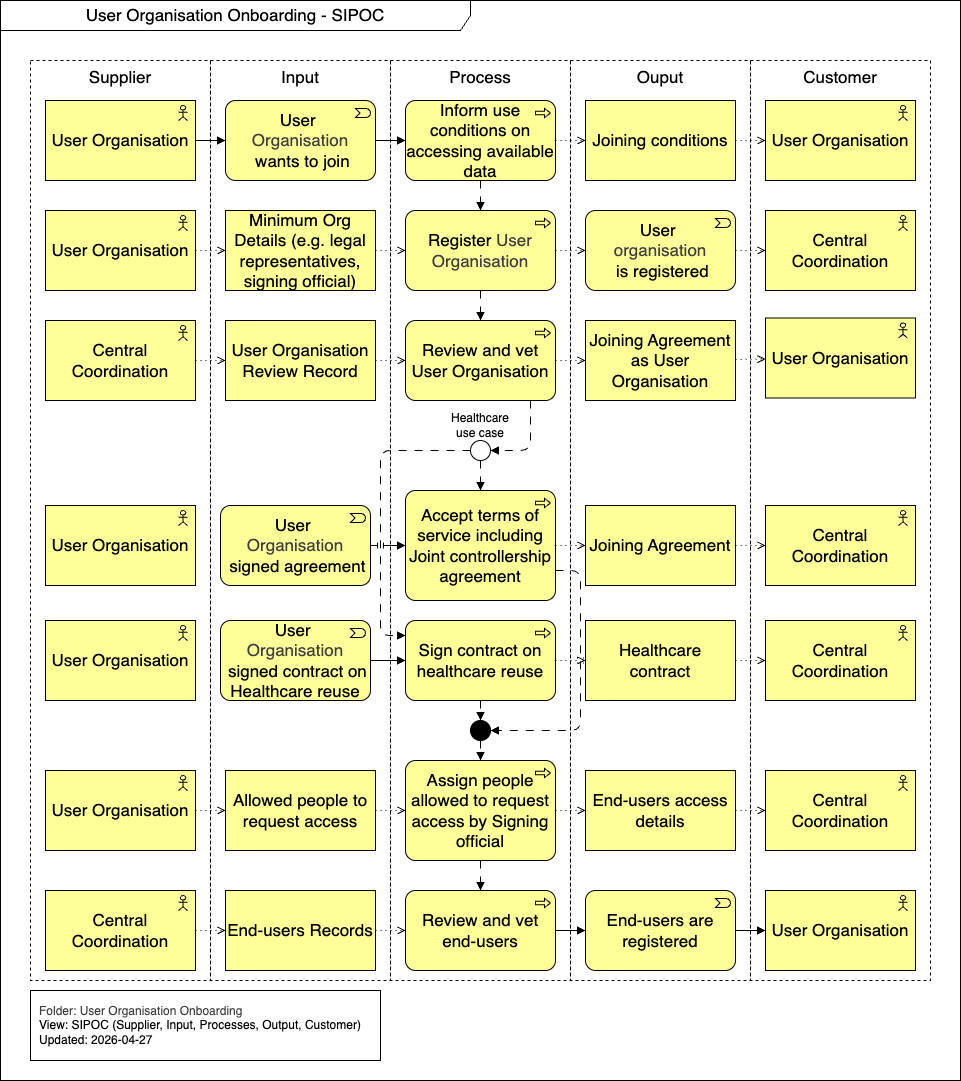
Above: docs/user-organisation-onboarding/assets/user_organisation_onboarding_sipoc.drawio.png in GenomicDataInfrastructure/oneplusmg-reference-architecture (draw.io), before the change. Source tidied: cells renumbered, new cells last; positions are measured from the earlier drawing's top-left corner, leaving out a move shared by most shapes.
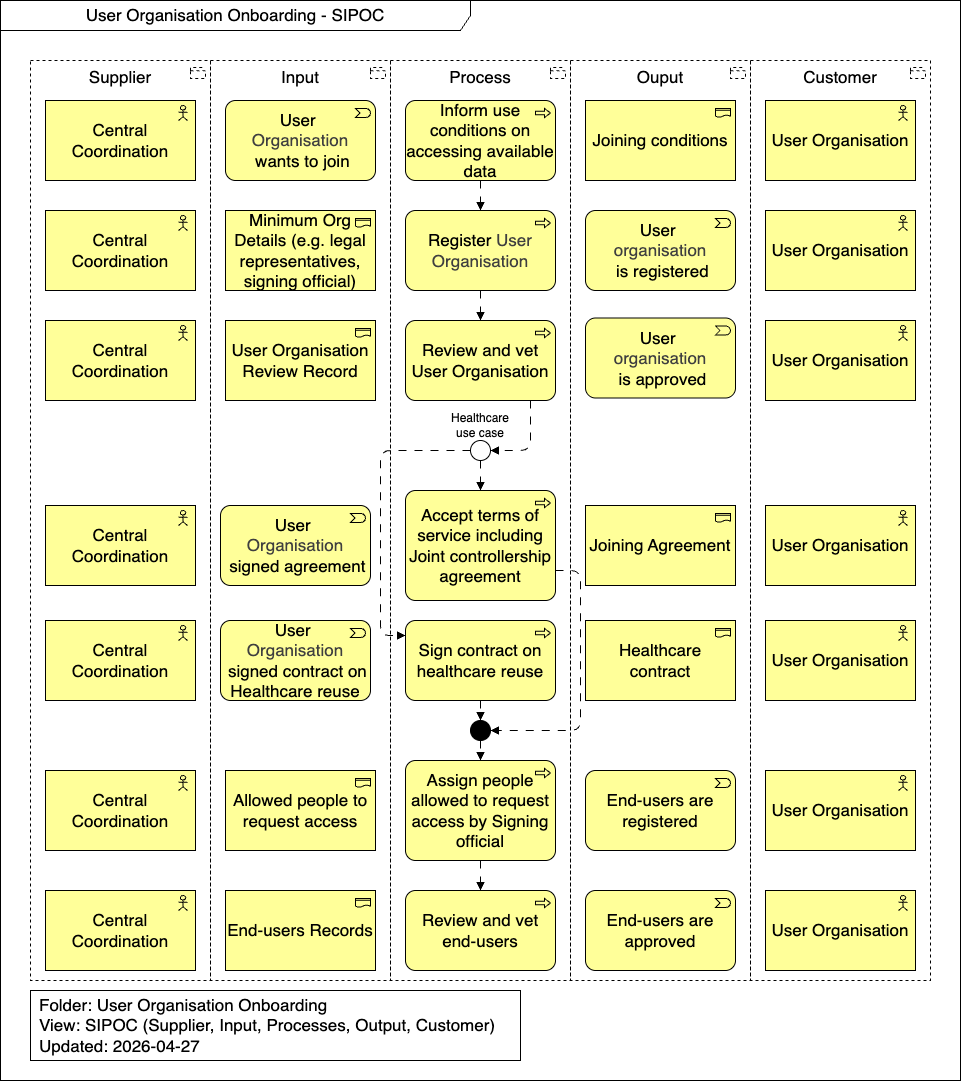
Later version of the same file.

Change to the diagram source:
```diff
@@ -51,5 +51,2 @@
     </mxCell>
-    <mxCell id="15" style="html=1;endArrow=block;dashed=0;elbow=vertical;endFill=1;jumpStyle=line;" parent="2" edge="1" source="28" target="11">
-      <mxGeometry relative="1" as="geometry" />
-    </mxCell>
     <mxCell id="16" style="ellipse;html=1;verticalLabelPosition=bottom;labelBackgroundColor=#ffffff;verticalAlign=top;fillColor=#ffffff;" parent="2" vertex="1">
@@ -107,8 +104,5 @@
     </mxCell>
-    <mxCell id="29" value="&lt;span style=&quot;color: rgb(0, 0, 0);&quot;&gt;User Organisation&lt;/span&gt;" style="html=1;outlineConnect=0;whiteSpace=wrap;fillColor=#ffff99;shape=mxgraph.archimate3.application;appType=actor;archiType=square;fontSize=17;" parent="2" vertex="1">
+    <mxCell id="29" value="&lt;span style=&quot;color: rgb(0, 0, 0);&quot;&gt;Central Coordination&lt;/span&gt;" style="html=1;outlineConnect=0;whiteSpace=wrap;fillColor=#ffff99;shape=mxgraph.archimate3.application;appType=actor;archiType=square;fontSize=17;" parent="2" vertex="1">
       <mxGeometry x="45" y="100" width="150" height="80" as="geometry" />
     </mxCell>
-    <mxCell id="30" style="html=1;endArrow=block;dashed=0;elbow=vertical;endFill=1;jumpStyle=line;" parent="2" edge="1" source="29" target="28">
-      <mxGeometry relative="1" as="geometry" />
-    </mxCell>
     <mxCell id="31" value="User Organisation" style="html=1;outlineConnect=0;whiteSpace=wrap;fillColor=#ffff99;shape=mxgraph.archimate3.application;appType=actor;archiType=square;fontSize=17;" parent="2" vertex="1">
@@ -122,3 +116,3 @@
     </mxCell>
-    <mxCell id="34" value="Central Coordination" style="html=1;outlineConnect=0;whiteSpace=wrap;fillColor=#ffff99;shape=mxgraph.archimate3.application;appType=actor;archiType=square;fontSize=17;" parent="2" vertex="1">
+    <mxCell id="34" value="User Organisation" style="html=1;outlineConnect=0;whiteSpace=wrap;fillColor=#ffff99;shape=mxgraph.archimate3.application;appType=actor;archiType=square;fontSize=17;" parent="2" vertex="1">
       <mxGeometry x="765" y="210" width="150" height="80" as="geometry" />
@@ -131,3 +125,3 @@
     </mxCell>
-    <mxCell id="37" value="User Organisation" style="html=1;outlineConnect=0;whiteSpace=wrap;fillColor=#ffff99;shape=mxgraph.archimate3.application;appType=actor;archiType=square;fontSize=17;" parent="2" vertex="1">
+    <mxCell id="37" value="Central Coordination" style="html=1;outlineConnect=0;whiteSpace=wrap;fillColor=#ffff99;shape=mxgraph.archimate3.application;appType=actor;archiType=square;fontSize=17;" parent="2" vertex="1">
       <mxGeometry x="45" y="210" width="150" height="80" as="geometry" />
@@ -138,8 +132,5 @@
     <mxCell id="39" value="User Organisation" style="html=1;outlineConnect=0;whiteSpace=wrap;fillColor=#ffff99;shape=mxgraph.archimate3.application;appType=actor;archiType=square;fontSize=17;" parent="2" vertex="1">
-      <mxGeometry x="765" y="317.5" width="150" height="80" as="geometry" />
+      <mxGeometry x="765" y="320" width="150" height="80" as="geometry" />
     </mxCell>
-    <mxCell id="40" value="Joining Agreement as User Organisation" style="html=1;outlineConnect=0;whiteSpace=wrap;fillColor=#ffff99;shape=mxgraph.archimate3.application;appType=representation;archiType=square;fontSize=17;" parent="2" vertex="1">
-      <mxGeometry x="585" y="320" width="150" height="80" as="geometry" />
-    </mxCell>
-    <mxCell id="41" value="User Organisation" style="html=1;whiteSpace=wrap;fillColor=#ffff99;shape=mxgraph.archimate3.application;appType=actor;archiType=square;fontSize=17;" parent="2" vertex="1">
+    <mxCell id="41" value="Central Coordination" style="html=1;whiteSpace=wrap;fillColor=#ffff99;shape=mxgraph.archimate3.application;appType=actor;archiType=square;fontSize=17;" parent="2" vertex="1">
       <mxGeometry x="45" y="505" width="150" height="80" as="geometry" />
@@ -149,3 +140,3 @@
     </mxCell>
-    <mxCell id="43" value="User Organisation" style="html=1;whiteSpace=wrap;fillColor=#ffff99;shape=mxgraph.archimate3.application;appType=actor;archiType=square;fontSize=17;" parent="2" vertex="1">
+    <mxCell id="43" value="&lt;span style=&quot;color: rgb(0, 0, 0);&quot;&gt;Central Coordination&lt;/span&gt;" style="html=1;whiteSpace=wrap;fillColor=#ffff99;shape=mxgraph.archimate3.application;appType=actor;archiType=square;fontSize=17;" parent="2" vertex="1">
       <mxGeometry x="45" y="620" width="150" height="80" as="geometry" />
@@ -158,3 +149,3 @@
     </mxCell>
-    <mxCell id="46" value="Central Coordination" style="html=1;outlineConnect=0;whiteSpace=wrap;fillColor=#ffff99;shape=mxgraph.archimate3.application;appType=actor;archiType=square;fontSize=17;" parent="2" vertex="1">
+    <mxCell id="46" value="&lt;span style=&quot;color: rgb(0, 0, 0);&quot;&gt;User Organisation&lt;/span&gt;" style="html=1;outlineConnect=0;whiteSpace=wrap;fillColor=#ffff99;shape=mxgraph.archimate3.application;appType=actor;archiType=square;fontSize=17;" parent="2" vertex="1">
       <mxGeometry x="765" y="505" width="150" height="80" as="geometry" />
@@ -164,6 +155,6 @@
     </mxCell>
-    <mxCell id="48" value="Central Coordination" style="html=1;outlineConnect=0;whiteSpace=wrap;fillColor=#ffff99;shape=mxgraph.archimate3.application;appType=actor;archiType=square;fontSize=17;" parent="2" vertex="1">
+    <mxCell id="48" value="&lt;span style=&quot;color: rgb(0, 0, 0);&quot;&gt;User Organisation&lt;/span&gt;" style="html=1;outlineConnect=0;whiteSpace=wrap;fillColor=#ffff99;shape=mxgraph.archimate3.application;appType=actor;archiType=square;fontSize=17;" parent="2" vertex="1">
       <mxGeometry x="765" y="620" width="150" height="80" as="geometry" />
     </mxCell>
-    <mxCell id="49" value="User Organisation" style="html=1;outlineConnect=0;whiteSpace=wrap;fillColor=#ffff99;shape=mxgraph.archimate3.application;appType=actor;archiType=square;fontSize=17;" parent="2" vertex="1">
+    <mxCell id="49" value="&lt;span style=&quot;color: rgb(0, 0, 0);&quot;&gt;Central Coordination&lt;/span&gt;" style="html=1;outlineConnect=0;whiteSpace=wrap;fillColor=#ffff99;shape=mxgraph.archimate3.application;appType=actor;archiType=square;fontSize=17;" parent="2" vertex="1">
       <mxGeometry x="45" y="770" width="150" height="80" as="geometry" />
@@ -173,59 +164,5 @@
     </mxCell>
-    <mxCell id="51" value="&lt;span style=&quot;color: rgb(0, 0, 0);&quot;&gt;Central Coordination&lt;/span&gt;" style="html=1;outlineConnect=0;whiteSpace=wrap;fillColor=#ffff99;shape=mxgraph.archimate3.application;appType=actor;archiType=square;fontSize=17;" parent="2" vertex="1">
+    <mxCell id="51" value="&lt;span style=&quot;color: rgb(0, 0, 0);&quot;&gt;User Organisation&lt;/span&gt;" style="html=1;outlineConnect=0;whiteSpace=wrap;fillColor=#ffff99;shape=mxgraph.archimate3.application;appType=actor;archiType=square;fontSize=17;" parent="2" vertex="1">
       <mxGeometry x="765" y="770" width="150" height="80" as="geometry" />
     </mxCell>
-    <mxCell id="52" style="edgeStyle=elbowEdgeStyle;html=1;endArrow=open;elbow=vertical;endFill=0;dashed=1;dashPattern=1 4;jumpStyle=line;" parent="2" edge="1" source="11" target="32">
-      <mxGeometry relative="1" as="geometry" />
-    </mxCell>
-    <mxCell id="53" style="html=1;endArrow=open;elbow=vertical;endFill=0;dashed=1;dashPattern=1 4;jumpStyle=line;" parent="2" edge="1" source="32" target="31">
-      <mxGeometry relative="1" as="geometry" />
-    </mxCell>
-    <mxCell id="54" style="html=1;endArrow=open;elbow=vertical;endFill=0;dashed=1;dashPattern=1 4;jumpStyle=line;" parent="2" edge="1" source="35" target="34">
-      <mxGeometry relative="1" as="geometry" />
-    </mxCell>
-    <mxCell id="55" style="html=1;endArrow=open;elbow=vertical;endFill=0;dashed=1;dashPattern=1 4;jumpStyle=line;" parent="2" edge="1" source="12" target="35">
-      <mxGeometry relative="1" as="geometry" />
-    </mxCell>
-    <mxCell id="56" style="html=1;endArrow=open;elbow=vertical;endFill=0;dashed=1;dashPattern=1 4;jumpStyle=line;" parent="2" edge="1" source="33" target="12">
-      <mxGeometry relative="1" as="geometry" />
-    </mxCell>
-    <mxCell id="57" style="html=1;endArrow=open;elbow=vertical;endFill=0;dashed=1;dashPattern=1 4;jumpStyle=line;" parent="2" edge="1" source="37" target="33">
-      <mxGeometry relative="1" as="geometry" />
-    </mxCell>
-    <mxCell id="58" style="html=1;endArrow=open;elbow=vertical;endFill=0;dashed=1;dashPattern=1 4;jumpStyle=line;" parent="2" edge="1" source="36" target="38">
-      <mxGeometry relative="1" as="geometry" />
-    </mxCell>
-    <mxCell id="59" style="html=1;endArrow=open;elbow=vertical;endFill=0;dashed=1;dashPattern=1 4;jumpStyle=line;" parent="2" edge="1" source="38" target="13">
-      <mxGeometry relative="1" as="geometry" />
-    </mxCell>
-    <mxCell id="60" style="html=1;endArrow=open;elbow=vertical;endFill=0;dashed=1;dashPattern=1 4;jumpStyle=line;" parent="2" edge="1" source="13" target="40">
-      <mxGeometry relative="1" as="geometry" />
-    </mxCell>
-    <mxCell id="61" style="html=1;endArrow=open;elbow=vertical;endFill=0;dashed=1;dashPattern=1 4;jumpStyle=line;" parent="2" edge="1" source="40" target="39">
-      <mxGeometry relative="1" as="geometry" />
-    </mxCell>
-    <mxCell id="62" style="html=1;endArrow=open;elbow=vertical;endFill=0;dashed=1;dashPattern=1 4;jumpStyle=line;" parent="2" edge="1" source="19" target="45">
-      <mxGeometry relative="1" as="geometry" />
-    </mxCell>
-    <mxCell id="63" style="html=1;endArrow=open;elbow=vertical;endFill=0;dashed=1;dashPattern=1 4;jumpStyle=line;" parent="2" edge="1" source="45" target="46">
-      <mxGeometry relative="1" as="geometry" />
-    </mxCell>
-    <mxCell id="64" style="html=1;endArrow=open;elbow=vertical;endFill=0;dashed=1;dashPattern=1 4;jumpStyle=line;" parent="2" edge="1" source="47" target="48">
-      <mxGeometry relative="1" as="geometry" />
-    </mxCell>
-    <mxCell id="65" style="html=1;endArrow=open;elbow=vertical;endFill=0;dashed=1;dashPattern=1 4;jumpStyle=line;" parent="2" edge="1" source="66" target="51">
-      <mxGeometry relative="1" as="geometry" />
-    </mxCell>
-    <mxCell id="66" value="End-users access details" style="html=1;outlineConnect=0;whiteSpace=wrap;fillColor=#ffff99;shape=mxgraph.archimate3.application;appType=representation;archiType=square;fontSize=17;" parent="2" vertex="1">
-      <mxGeometry x="585" y="770" width="150" height="80" as="geometry" />
-    </mxCell>
-    <mxCell id="67" style="html=1;endArrow=open;elbow=vertical;endFill=0;dashed=1;dashPattern=1 4;jumpStyle=line;" parent="2" edge="1" source="26" target="66">
-      <mxGeometry relative="1" as="geometry" />
-    </mxCell>
-    <mxCell id="68" style="html=1;endArrow=open;elbow=vertical;endFill=0;dashed=1;dashPattern=1 4;jumpStyle=line;" parent="2" edge="1" source="50" target="26">
-      <mxGeometry relative="1" as="geometry" />
-    </mxCell>
-    <mxCell id="69" style="html=1;endArrow=open;elbow=vertical;endFill=0;dashed=1;dashPattern=1 4;jumpStyle=line;" parent="2" edge="1" source="49" target="50">
-      <mxGeometry relative="1" as="geometry" />
-    </mxCell>
     <mxCell id="70" value="Review and vet end-users" style="html=1;outlineConnect=0;whiteSpace=wrap;fillColor=#ffff99;shape=mxgraph.archimate3.application;appType=proc;archiType=rounded;fontSize=17;" parent="2" vertex="1">
@@ -239,3 +176,3 @@
     </mxCell>
-    <mxCell id="73" value="&lt;span style=&quot;font-size: 17px;&quot;&gt;End-users are registered&lt;/span&gt;" style="html=1;outlineConnect=0;whiteSpace=wrap;fillColor=#ffff99;shape=mxgraph.archimate3.application;appType=event;archiType=rounded;" parent="2" vertex="1">
+    <mxCell id="73" value="&lt;span style=&quot;font-size: 17px;&quot;&gt;End-users are approved&lt;/span&gt;" style="html=1;outlineConnect=0;whiteSpace=wrap;fillColor=#ffff99;shape=mxgraph.archimate3.application;appType=event;archiType=rounded;" parent="2" vertex="1">
       <mxGeometry x="585" y="890" width="150" height="80" as="geometry" />
@@ -248,26 +185,11 @@
     </mxCell>
-    <mxCell id="76" style="html=1;endArrow=open;elbow=vertical;endFill=0;dashed=1;dashPattern=1 4;jumpStyle=line;" parent="2" edge="1" source="74" target="75">
-      <mxGeometry relative="1" as="geometry" />
-    </mxCell>
-    <mxCell id="77" style="html=1;endArrow=open;elbow=vertical;endFill=0;dashed=1;dashPattern=1 4;jumpStyle=line;" parent="2" edge="1" source="75" target="70">
-      <mxGeometry relative="1" as="geometry" />
-    </mxCell>
-    <mxCell id="78" style="html=1;endArrow=block;dashed=0;elbow=vertical;endFill=1;jumpStyle=line;" parent="2" edge="1" source="73" target="72">
-      <mxGeometry relative="1" as="geometry" />
-    </mxCell>
-    <mxCell id="79" style="html=1;endArrow=block;dashed=0;elbow=vertical;endFill=1;jumpStyle=line;" parent="2" edge="1" source="70" target="73">
-      <mxGeometry relative="1" as="geometry" />
-    </mxCell>
-    <mxCell id="80" value="&lt;span style=&quot;color: rgb(63, 63, 63); background-color: transparent;&quot;&gt;Folder: User Organisation Onboarding&lt;/span&gt;&lt;div&gt;View: SIPOC (Supplier, Input, Processes, Output, Customer)&lt;/div&gt;&lt;div&gt;Updated: 2026-04-27&lt;/div&gt;" style="rounded=0;whiteSpace=wrap;html=1;align=left;spacing=9;" parent="2" vertex="1">
-      <mxGeometry x="30" y="990" width="350" height="70" as="geometry" />
+    <mxCell id="80" value="&lt;span style=&quot;background-color: transparent;&quot;&gt;&lt;font style=&quot;font-size: 17px; color: rgb(0, 0, 0);&quot;&gt;Folder: User Organisation Onboarding&lt;/font&gt;&lt;/span&gt;&lt;div&gt;&lt;font style=&quot;font-size: 17px; color: rgb(0, 0, 0);&quot;&gt;View: SIPOC (Supplier, Input, Processes, Output, Customer)&lt;/font&gt;&lt;/div&gt;&lt;div&gt;&lt;font style=&quot;font-size: 17px; color: rgb(0, 0, 0);&quot;&gt;Updated: 2026-04-27&lt;/font&gt;&lt;/div&gt;" style="rounded=0;whiteSpace=wrap;html=1;align=left;spacing=9;fontColor=#000000;" parent="2" vertex="1">
+      <mxGeometry x="30" y="990" width="490" height="70" as="geometry" />
     </mxCell>
-    <mxCell id="81" style="html=1;endArrow=open;elbow=vertical;endFill=0;dashed=1;dashPattern=1 4;jumpStyle=line;" parent="2" edge="1" source="20" target="47">
-      <mxGeometry relative="1" as="geometry" />
-    </mxCell>
-    <mxCell id="82" style="html=1;endArrow=block;dashed=0;elbow=vertical;endFill=1;jumpStyle=line;" parent="2" edge="1" source="44" target="20">
-      <mxGeometry relative="1" as="geometry" />
-    </mxCell>
-    <mxCell id="83" style="html=1;endArrow=block;dashed=0;elbow=vertical;endFill=1;jumpStyle=line;" parent="2" edge="1" source="42" target="19">
-      <mxGeometry relative="1" as="geometry" />
+    <mxCell id="83" value="&lt;span style=&quot;scrollbar-color: rgb(226, 226, 226) rgb(251, 251, 251); font-size: 17px; color: rgb(0, 0, 0);&quot;&gt;User&amp;nbsp;&lt;/span&gt;&lt;div style=&quot;color: rgb(63, 63, 63); scrollbar-color: rgb(226, 226, 226) rgb(251, 251, 251); font-size: 17px;&quot;&gt;&lt;span style=&quot;color: rgb(63, 63, 63); scrollbar-color: rgb(226, 226, 226) rgb(251, 251, 251); background-color: transparent;&quot;&gt;organisation&lt;/span&gt;&lt;div style=&quot;color: rgb(63, 63, 63); scrollbar-color: rgb(226, 226, 226) rgb(251, 251, 251);&quot;&gt;&lt;span style=&quot;scrollbar-color: rgb(226, 226, 226) rgb(251, 251, 251); color: rgb(0, 0, 0);&quot;&gt;&amp;nbsp;is approved&lt;/span&gt;&lt;/div&gt;&lt;/div&gt;" style="html=1;whiteSpace=wrap;fillColor=#ffff99;shape=mxgraph.archimate3.application;appType=event;archiType=rounded;" parent="2" vertex="1">
+      <mxGeometry x="585" y="317.5" width="150" height="80" as="geometry" />
     </mxCell>
+    <mxCell id="84" value="&lt;span style=&quot;font-size: 17px;&quot;&gt;End-users are registered&lt;/span&gt;" style="html=1;whiteSpace=wrap;fillColor=#ffff99;shape=mxgraph.archimate3.application;appType=event;archiType=rounded;" parent="2" vertex="1">
+      <mxGeometry x="585" y="770" width="150" height="80" as="geometry" />
+    </mxCell>
   </root>
```
